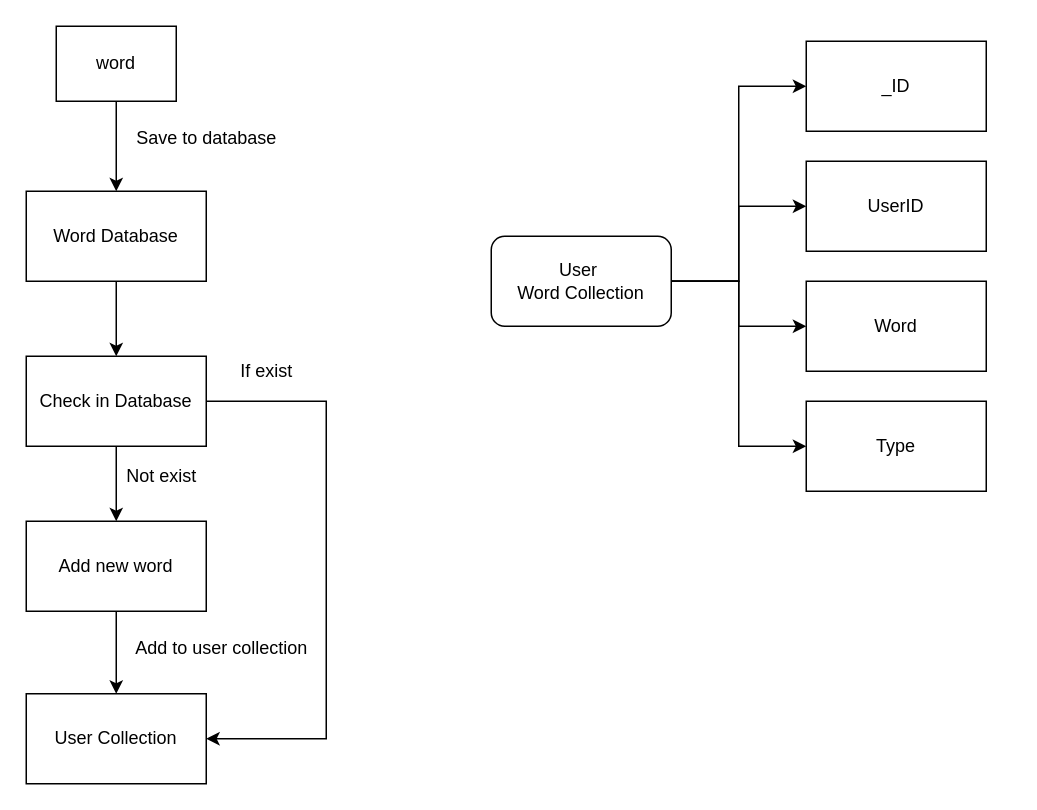
This is Untitled Diagram.drawio from sqhqk58/hello-world, a draw.io file, before an edit. Source tidied: cells renumbered, new cells numbered last; positions are measured from the earlier drawing's top-left corner, leaving out a move shared by most shapes. Both pictures are drawn from the tidied source at 150%, with x=0, y=0 at pixel (26, 26).
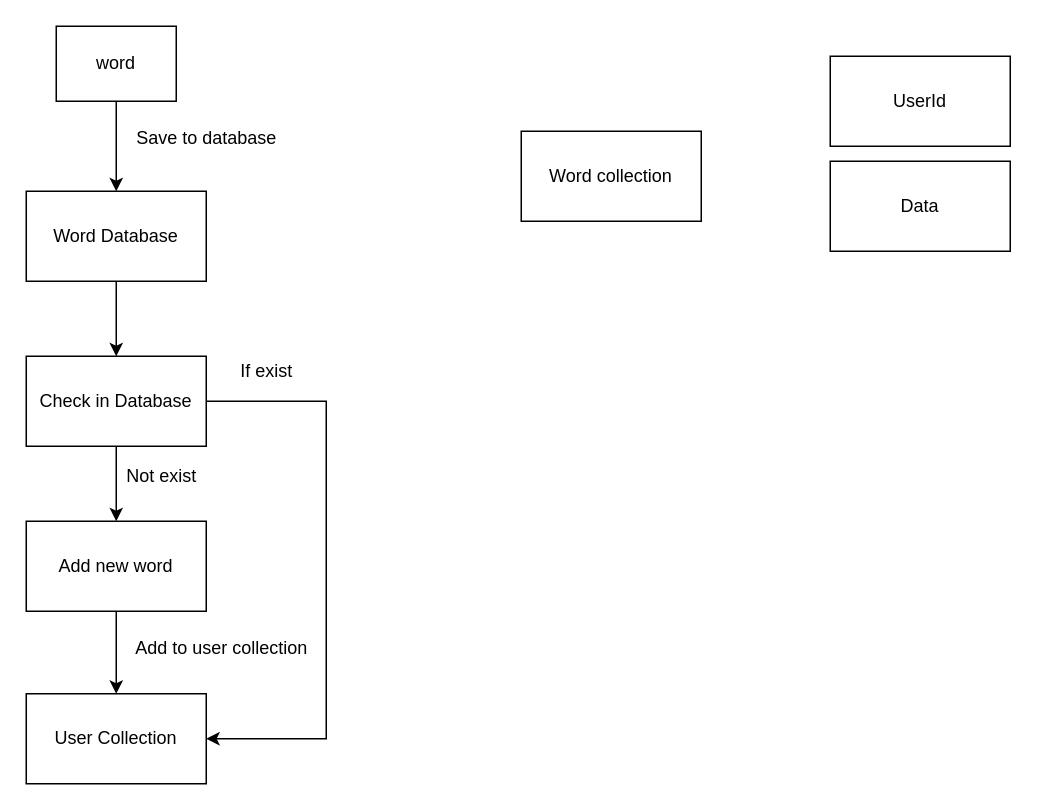
The same diagram, later.

What changed in the source:
```diff
@@
-    <mxCell id="16" style="edgeStyle=orthogonalEdgeStyle;rounded=0;jettySize=auto;html=1;entryX=0;entryY=0.5;entryDx=0;entryDy=0;" parent="1" edge="1" source="20" target="21">
-      <mxGeometry relative="1" as="geometry" />
-    </mxCell>
-    <mxCell id="17" style="edgeStyle=orthogonalEdgeStyle;rounded=0;jettySize=auto;html=1;" parent="1" edge="1" source="20" target="22">
-      <mxGeometry relative="1" as="geometry" />
-    </mxCell>
-    <mxCell id="18" style="edgeStyle=orthogonalEdgeStyle;rounded=0;jettySize=auto;html=1;entryX=0;entryY=0.5;entryDx=0;entryDy=0;" parent="1" edge="1" source="20" target="23">
-      <mxGeometry relative="1" as="geometry" />
-    </mxCell>
-    <mxCell id="19" style="edgeStyle=orthogonalEdgeStyle;rounded=0;jettySize=auto;html=1;entryX=0;entryY=0.5;entryDx=0;entryDy=0;" parent="1" edge="1" source="20" target="24">
-      <mxGeometry relative="1" as="geometry" />
-    </mxCell>
-    <mxCell id="20" value="User&amp;nbsp; &lt;br&gt;Word Collection" style="rounded=1;whiteSpace=wrap;html=1;" parent="1" vertex="1">
-      <mxGeometry x="310" y="140" width="120" height="60" as="geometry" />
-    </mxCell>
-    <mxCell id="21" value="_ID&lt;br&gt;" style="whiteSpace=wrap;html=1;" parent="1" vertex="1">
-      <mxGeometry x="520" y="10" width="120" height="60" as="geometry" />
-    </mxCell>
-    <mxCell id="22" value="UserID" style="whiteSpace=wrap;html=1;" parent="1" vertex="1">
-      <mxGeometry x="520" y="90" width="120" height="60" as="geometry" />
-    </mxCell>
-    <mxCell id="23" value="Word" style="whiteSpace=wrap;html=1;" parent="1" vertex="1">
-      <mxGeometry x="520" y="170" width="120" height="60" as="geometry" />
-    </mxCell>
-    <mxCell id="24" value="Type" style="whiteSpace=wrap;html=1;" parent="1" vertex="1">
-      <mxGeometry x="520" y="250" width="120" height="60" as="geometry" />
-    </mxCell>
+    <mxCell id="25" value="Word collection" style="whiteSpace=wrap;html=1;" parent="1" vertex="1">
+      <mxGeometry x="330" y="70" width="120" height="60" as="geometry" />
+    </mxCell>
+    <mxCell id="26" value="UserId" style="whiteSpace=wrap;html=1;" parent="1" vertex="1">
+      <mxGeometry x="536" y="20" width="120" height="60" as="geometry" />
+    </mxCell>
+    <mxCell id="27" value="Data" style="whiteSpace=wrap;html=1;" parent="1" vertex="1">
+      <mxGeometry x="536" y="90" width="120" height="60" as="geometry" />
+    </mxCell>
```
